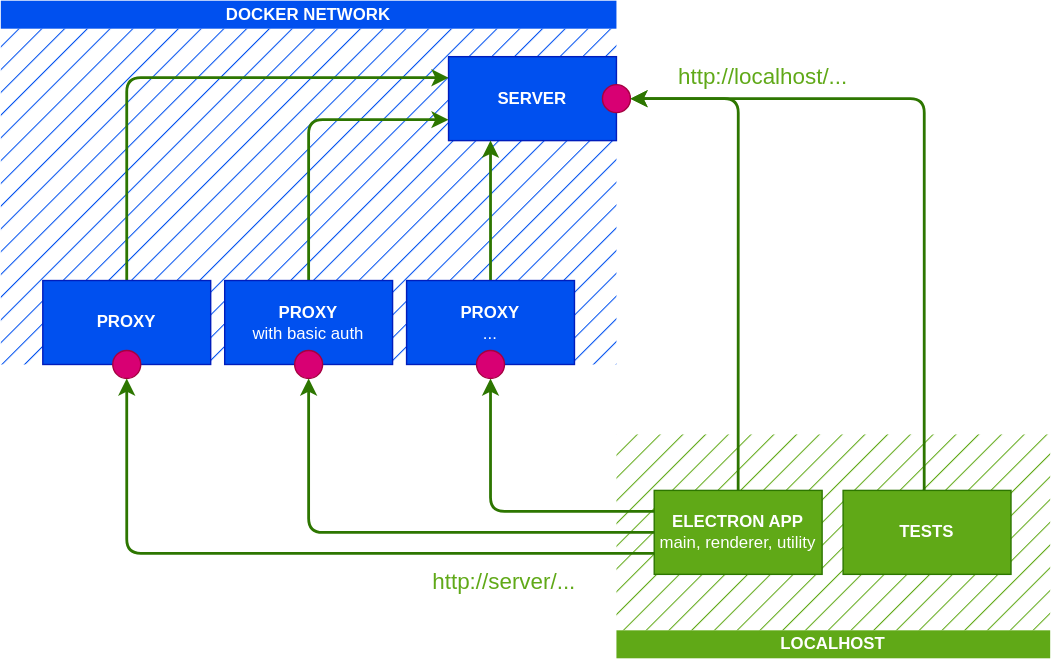
Earlier version of the draw.io export doc/test-components.drawio.svg (hackolade/fetch). Source tidied: cells renumbered, new cells last; positions are measured from the earlier drawing's top-left corner, leaving out a move shared by most shapes.
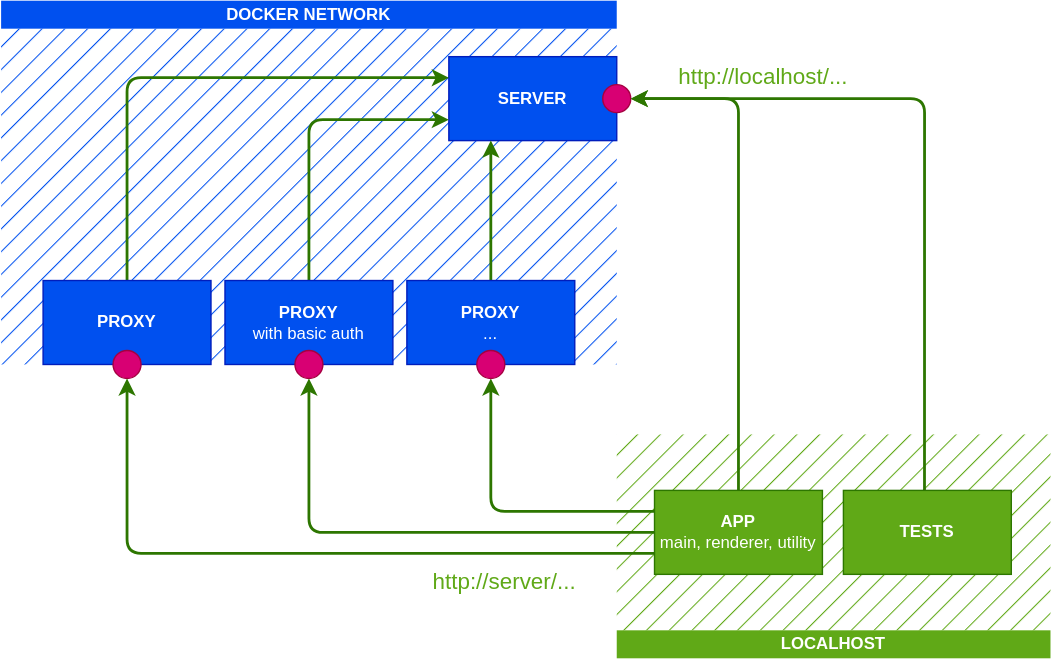
After the change.

Diff of the diagram source:
```diff
@@ -53,7 +53,7 @@
     <mxCell id="15" style="edgeStyle=orthogonalEdgeStyle;html=1;entryX=1;entryY=0.5;entryDx=0;entryDy=0;strokeWidth=2;exitX=0;exitY=0.25;exitDx=0;exitDy=0;fillColor=#60a917;strokeColor=#2D7600;" parent="1" edge="1" source="16" target="23">
       <mxGeometry relative="1" as="geometry" />
     </mxCell>
-    <mxCell id="16" value="&lt;b&gt;ELECTRON APP&lt;/b&gt;&lt;br&gt;main, renderer, utility" style="rounded=0;whiteSpace=wrap;html=1;fillColor=#60a917;fontColor=#ffffff;strokeColor=#2D7600;" parent="1" vertex="1">
+    <mxCell id="16" value="&lt;b&gt;APP&lt;/b&gt;&lt;br&gt;main, renderer, utility" style="rounded=0;whiteSpace=wrap;html=1;fillColor=#60a917;fontColor=#ffffff;strokeColor=#2D7600;" parent="1" vertex="1">
       <mxGeometry x="467" y="350" width="120" height="60" as="geometry" />
     </mxCell>
     <mxCell id="17" style="edgeStyle=orthogonalEdgeStyle;html=1;entryX=1;entryY=0.5;entryDx=0;entryDy=0;strokeWidth=2;exitX=0.483;exitY=0;exitDx=0;exitDy=0;exitPerimeter=0;fillColor=#60a917;strokeColor=#2D7600;" parent="1" edge="1" source="18" target="9">
```
